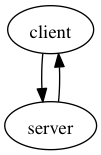
Before: images/client-server.png, a diagram exported from Graphviz (rodrigomaia17/rest-api). Its source is kept beside it as src/client-server.dot. Its diagram source:
```dot
digraph G {
  client -> server;
  server -> client;
}
```
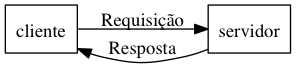
The same file after the commit.

Commit message:
Melhora imagem de cliente servidor

The edit, as a diff of the source:
```diff
@@ -1,4 +1,9 @@
 digraph G {
-  client -> server;
-  server -> client;
+  rankdir=LR;
+
+  cliente [shape=box];
+  servidor [shape=box];
+
+  cliente -> servidor [label="Requisição"];
+  servidor -> cliente [label="Resposta"];
 }
```
